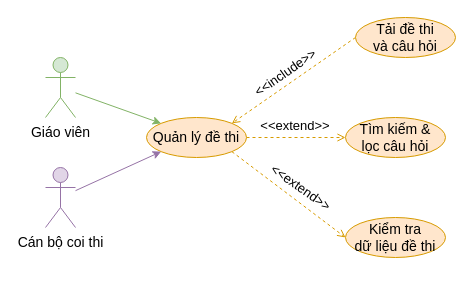
The draw.io diagram document/temp/draw/usecase_phanra/usecase_teacherquanlydethi.drawio in copecute/Edudex-Quiz, before the edit. Source tidied: cells renumbered, new cells numbered last; positions are measured from the earlier drawing's top-left corner, leaving out a move shared by most shapes. Both pictures are drawn from the tidied source at 100%, with x=0, y=0 at pixel (45, 17).
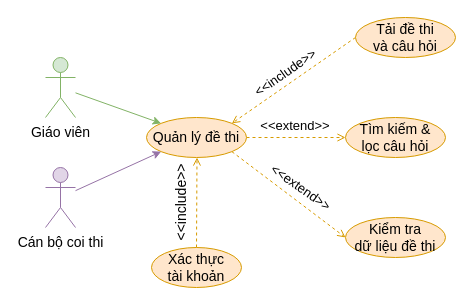
The same page after the edit.

What changed in the source:
```diff
@@
 <mxGraphModel>
   <root>
     <mxCell id="0" />
     <mxCell id="1" parent="0" />
     <mxCell id="2" style="edgeStyle=orthogonalEdgeStyle;rounded=0;jettySize=auto;html=1;exitX=1;exitY=0.5;exitDx=0;exitDy=0;dashed=1;fillColor=#ffe6cc;strokeColor=#d79b00;endArrow=open;endFill=0;" parent="1" edge="1" source="4" target="5">
       <mxGeometry relative="1" as="geometry" />
     </mxCell>
     <mxCell id="3" style="rounded=0;jettySize=auto;html=1;exitX=1;exitY=1;exitDx=0;exitDy=0;entryX=0;entryY=0.5;entryDx=0;entryDy=0;fillColor=#ffe6cc;strokeColor=#d79b00;dashed=1;endArrow=open;endFill=0;" parent="1" edge="1" source="4" target="13">
       <mxGeometry relative="1" as="geometry" />
     </mxCell>
     <mxCell id="4" value="Quản lý đề thi" style="ellipse;whiteSpace=wrap;html=1;fillColor=#ffe6cc;strokeColor=#d79b00;fontSize=14;" parent="1" vertex="1">
       <mxGeometry x="101" y="100" width="100" height="40" as="geometry" />
     </mxCell>
     <mxCell id="5" value="Tìm kiếm &amp;amp;&lt;br style=&quot;border-color: var(--border-color);&quot;&gt;lọc câu hỏi" style="ellipse;whiteSpace=wrap;html=1;fillColor=#ffe6cc;strokeColor=#d79b00;fontSize=14;" parent="1" vertex="1">
       <mxGeometry x="300" y="100" width="100" height="40" as="geometry" />
     </mxCell>
     <mxCell id="6" value="&lt;font style=&quot;font-size: 13px;&quot;&gt;&amp;lt;&amp;lt;extend&amp;gt;&amp;gt;&lt;/font&gt;" style="text;html=1;strokeColor=none;fillColor=none;align=center;verticalAlign=middle;whiteSpace=wrap;rounded=0;rotation=0;fontSize=13;" parent="1" vertex="1">
       <mxGeometry x="220" y="93" width="60" height="30" as="geometry" />
     </mxCell>
     <mxCell id="7" style="rounded=0;jettySize=auto;html=1;entryX=0;entryY=0;entryDx=0;entryDy=0;fillColor=#d5e8d4;strokeColor=#82b366;fontSize=14;" parent="1" edge="1" source="8" target="4">
       <mxGeometry relative="1" as="geometry" />
     </mxCell>
     <mxCell id="8" value="Giáo viên" style="shape=umlActor;verticalLabelPosition=bottom;verticalAlign=top;html=1;outlineConnect=0;fillColor=#d5e8d4;strokeColor=#82b366;fontSize=14;" parent="1" vertex="1">
       <mxGeometry y="40" width="30" height="60" as="geometry" />
     </mxCell>
     <mxCell id="9" style="rounded=0;jettySize=auto;html=1;entryX=0;entryY=1;entryDx=0;entryDy=0;fillColor=#e1d5e7;strokeColor=#9673a6;fontSize=14;" parent="1" edge="1" source="10" target="4">
       <mxGeometry relative="1" as="geometry" />
     </mxCell>
     <mxCell id="10" value="Cán bộ coi thi" style="shape=umlActor;verticalLabelPosition=bottom;verticalAlign=top;html=1;outlineConnect=0;fillColor=#e1d5e7;strokeColor=#9673a6;fontSize=14;" parent="1" vertex="1">
       <mxGeometry y="150" width="30" height="60" as="geometry" />
     </mxCell>
     <mxCell id="11" style="rounded=0;jettySize=auto;html=1;exitX=0;exitY=0.5;exitDx=0;exitDy=0;entryX=1;entryY=0;entryDx=0;entryDy=0;dashed=1;fillColor=#ffe6cc;strokeColor=#d79b00;endArrow=open;endFill=0;" parent="1" edge="1" source="12" target="4">
       <mxGeometry relative="1" as="geometry" />
     </mxCell>
     <mxCell id="12" value="Tải đề thi&lt;br style=&quot;border-color: var(--border-color);&quot;&gt;và câu hỏi" style="ellipse;whiteSpace=wrap;html=1;fillColor=#ffe6cc;strokeColor=#d79b00;fontSize=14;" parent="1" vertex="1">
       <mxGeometry x="310" width="100" height="40" as="geometry" />
     </mxCell>
     <mxCell id="13" value="Kiểm tra&lt;br&gt;dữ liệu đề thi" style="ellipse;whiteSpace=wrap;html=1;fillColor=#ffe6cc;strokeColor=#d79b00;fontSize=14;" parent="1" vertex="1">
       <mxGeometry x="300" y="200" width="100" height="40" as="geometry" />
     </mxCell>
     <mxCell id="14" value="&lt;font style=&quot;font-size: 13px;&quot;&gt;&amp;lt;&amp;lt;include&amp;gt;&amp;gt;&lt;/font&gt;" style="text;html=1;strokeColor=none;fillColor=none;align=center;verticalAlign=middle;whiteSpace=wrap;rounded=0;rotation=-35;fontSize=13;" parent="1" vertex="1">
       <mxGeometry x="210" y="40" width="60" height="30" as="geometry" />
     </mxCell>
     <mxCell id="15" value="&lt;font style=&quot;font-size: 13px;&quot;&gt;&amp;lt;&amp;lt;extend&amp;gt;&amp;gt;&lt;/font&gt;" style="text;html=1;strokeColor=none;fillColor=none;align=center;verticalAlign=middle;whiteSpace=wrap;rounded=0;rotation=35;fontSize=13;" parent="1" vertex="1">
       <mxGeometry x="226" y="155" width="60" height="30" as="geometry" />
     </mxCell>
+    <mxCell id="16" style="rounded=0;jettySize=auto;html=1;exitX=0.5;exitY=0;exitDx=0;exitDy=0;entryX=0.5;entryY=1;entryDx=0;entryDy=0;fillColor=#ffe6cc;strokeColor=#d79b00;endArrow=open;endFill=0;dashed=1;" parent="1" edge="1" source="17">
+      <mxGeometry relative="1" as="geometry">
+        <mxPoint x="151.5" y="140" as="targetPoint" />
+      </mxGeometry>
+    </mxCell>
+    <mxCell id="17" value="Xác thực&lt;br&gt;tài khoản" style="ellipse;whiteSpace=wrap;html=1;fillColor=#ffe6cc;strokeColor=#d79b00;fontSize=14;" parent="1" vertex="1">
+      <mxGeometry x="106" y="230" width="90" height="40" as="geometry" />
+    </mxCell>
+    <mxCell id="18" value="&lt;font&gt;&amp;lt;&amp;lt;include&amp;gt;&amp;gt;&lt;/font&gt;" style="text;html=1;strokeColor=none;fillColor=none;align=center;verticalAlign=middle;whiteSpace=wrap;rounded=0;rotation=-90;fontSize=14;" parent="1" vertex="1">
+      <mxGeometry x="106" y="170" width="60" height="30" as="geometry" />
+    </mxCell>
   </root>
 </mxGraphModel>
```
